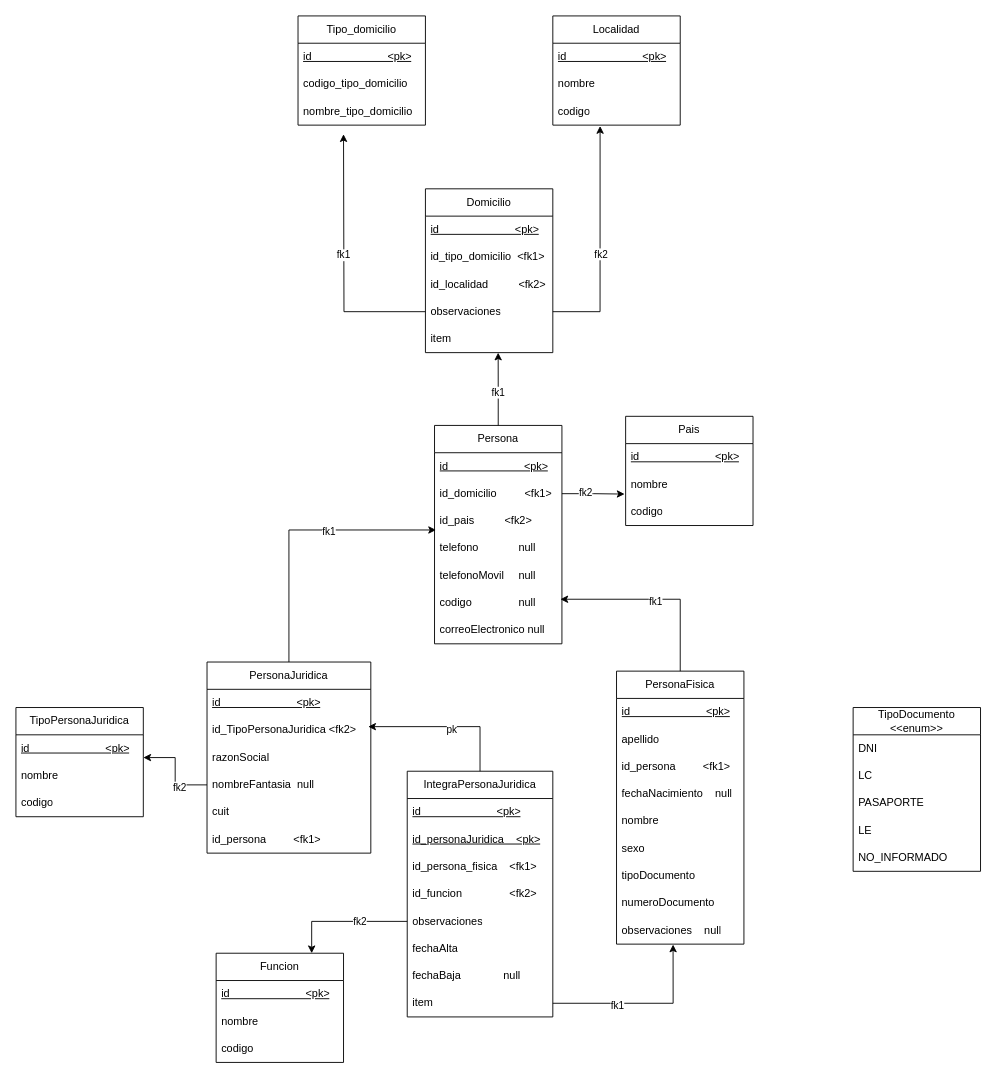
Logan6422/UMLDiagrams keeps this draw.io diagram as UmlFisico/Practicas/Practica4_clases.drawio. Above is the earlier version. Source tidied: cells renumbered, new cells numbered last; positions are measured from the earlier drawing's top-left corner, leaving out a move shared by most shapes. Both pictures are drawn from the tidied source at 91%, with x=0, y=0 at pixel (15, 15).
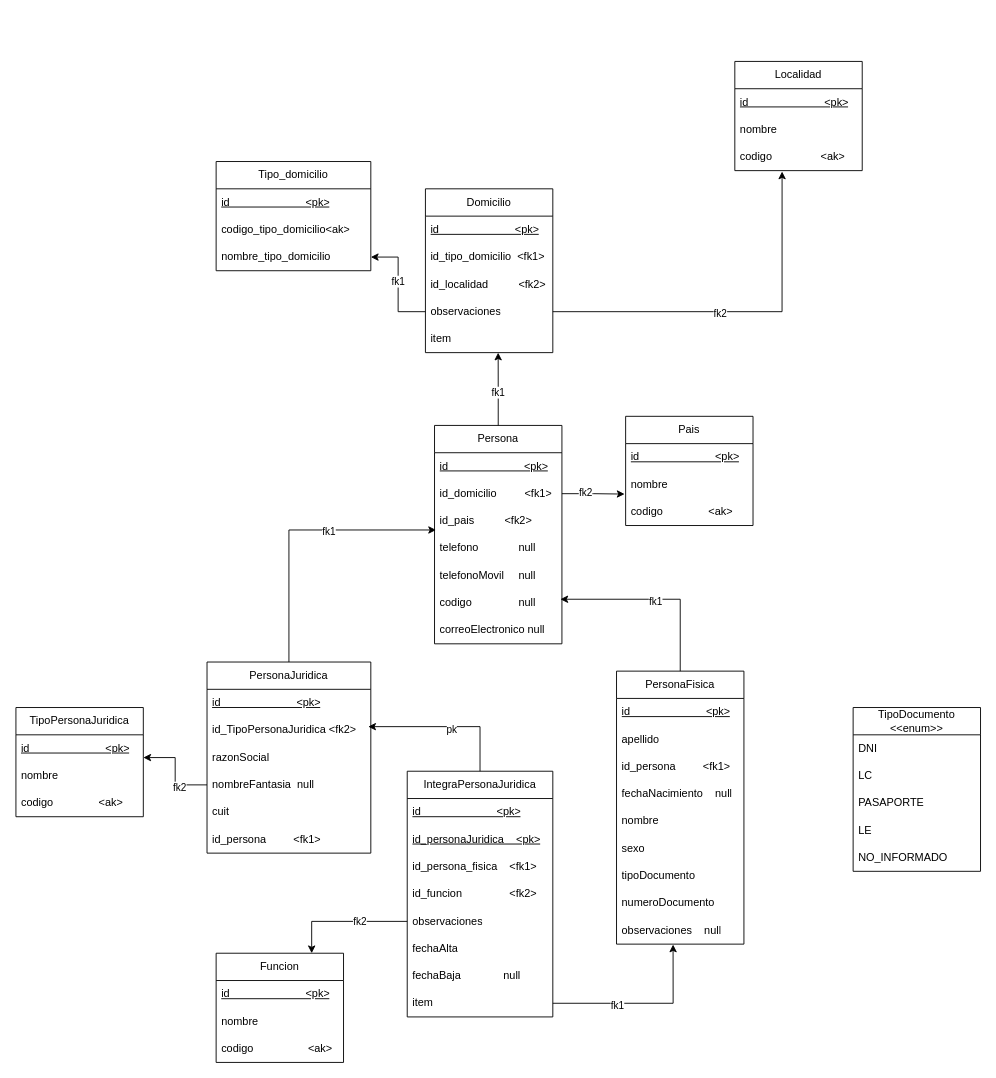
The same page after the edit.

Unchanged cells that the change refers to:
```xml
<mxCell id="10" value="Domicilio" style="swimlane;fontStyle=0;horizontal=1;startSize=30;whiteSpace=wrap;html=1;" parent="1" vertex="1">
  <mxGeometry x="450" y="190" width="140" height="180" as="geometry" />
</mxCell>
<mxCell id="16" value="observaciones" style="text;strokeColor=none;fillColor=none;align=left;verticalAlign=middle;spacingLeft=4;spacingRight=4;overflow=hidden;points=[[0,0.5],[1,0.5]];portConstraint=eastwest;whiteSpace=wrap;html=1;" parent="10" vertex="1">
  <mxGeometry y="120" width="140" height="30" as="geometry" />
</mxCell>
<mxCell id="30" value="Pais" style="swimlane;fontStyle=0;horizontal=1;startSize=30;whiteSpace=wrap;html=1;" parent="1" vertex="1">
  <mxGeometry x="670" y="440" width="140" height="120" as="geometry" />
</mxCell>
<mxCell id="57" value="TipoPersonaJuridica" style="swimlane;fontStyle=0;horizontal=1;startSize=30;whiteSpace=wrap;html=1;" parent="1" vertex="1">
  <mxGeometry y="760" width="140" height="120" as="geometry" />
</mxCell>
<mxCell id="76" value="Funcion" style="swimlane;fontStyle=0;horizontal=1;startSize=30;whiteSpace=wrap;html=1;" parent="1" vertex="1">
  <mxGeometry x="220" y="1030" width="140" height="120" as="geometry" />
</mxCell>
```

The edit, as a diff of the source:
```diff
@@
     <mxCell id="2" value="Tipo_domicilio" style="swimlane;fontStyle=0;horizontal=1;startSize=30;whiteSpace=wrap;html=1;" parent="1" vertex="1">
-      <mxGeometry x="310" width="140" height="120" as="geometry" />
+      <mxGeometry x="220" y="160" width="170" height="120" as="geometry" />
     </mxCell>
     <mxCell id="3" value="&lt;u&gt;id&amp;nbsp;&amp;nbsp;&amp;nbsp;&amp;nbsp;&amp;nbsp;&amp;nbsp;&amp;nbsp;&amp;nbsp;&amp;nbsp;&amp;nbsp;&amp;nbsp;&amp;nbsp;&amp;nbsp;&amp;nbsp;&amp;nbsp;&amp;nbsp;&amp;nbsp;&amp;nbsp;&amp;nbsp;&amp;nbsp;&amp;nbsp;&amp;nbsp;&amp;nbsp;&amp;nbsp; &amp;lt;pk&amp;gt;&lt;/u&gt;" style="text;strokeColor=none;fillColor=none;align=left;verticalAlign=middle;spacingLeft=4;spacingRight=4;overflow=hidden;whiteSpace=wrap;html=1;" parent="2" vertex="1">
-      <mxGeometry y="30" width="140" height="30" as="geometry" />
+      <mxGeometry y="30" width="170" height="30" as="geometry" />
     </mxCell>
-    <mxCell id="4" value="codigo_tipo_domicilio" style="text;strokeColor=none;fillColor=none;align=left;verticalAlign=middle;spacingLeft=4;spacingRight=4;overflow=hidden;whiteSpace=wrap;html=1;" parent="2" vertex="1">
-      <mxGeometry y="60" width="140" height="30" as="geometry" />
+    <mxCell id="4" value="codigo_tipo_domicilio&amp;lt;ak&amp;gt;" style="text;strokeColor=none;fillColor=none;align=left;verticalAlign=middle;spacingLeft=4;spacingRight=4;overflow=hidden;whiteSpace=wrap;html=1;" parent="2" vertex="1">
+      <mxGeometry y="60" width="170" height="30" as="geometry" />
     </mxCell>
     <mxCell id="5" value="nombre_tipo_domicilio" style="text;strokeColor=none;fillColor=none;align=left;verticalAlign=middle;spacingLeft=4;spacingRight=4;overflow=hidden;points=[[0,0.5],[1,0.5]];portConstraint=eastwest;whiteSpace=wrap;html=1;" parent="2" vertex="1">
-      <mxGeometry y="90" width="140" height="30" as="geometry" />
+      <mxGeometry y="90" width="170" height="30" as="geometry" />
     </mxCell>
     <mxCell id="6" value="Localidad" style="swimlane;fontStyle=0;horizontal=1;startSize=30;whiteSpace=wrap;html=1;" parent="1" vertex="1">
-      <mxGeometry x="590" width="140" height="120" as="geometry" />
+      <mxGeometry x="790" y="50" width="140" height="120" as="geometry" />
     </mxCell>
@@
-    <mxCell id="9" value="codigo" style="text;strokeColor=none;fillColor=none;align=left;verticalAlign=middle;spacingLeft=4;spacingRight=4;overflow=hidden;points=[[0,0.5],[1,0.5]];portConstraint=eastwest;whiteSpace=wrap;html=1;" parent="6" vertex="1">
+    <mxCell id="9" value="codigo&amp;nbsp;&amp;nbsp;&amp;nbsp;&amp;nbsp;&amp;nbsp;&amp;nbsp;&amp;nbsp;&amp;nbsp;&amp;nbsp;&amp;nbsp;&amp;nbsp;&amp;nbsp;&amp;nbsp;&amp;nbsp;&amp;nbsp; &amp;lt;ak&amp;gt;" style="text;strokeColor=none;fillColor=none;align=left;verticalAlign=middle;spacingLeft=4;spacingRight=4;overflow=hidden;points=[[0,0.5],[1,0.5]];portConstraint=eastwest;whiteSpace=wrap;html=1;" parent="6" vertex="1">
       <mxGeometry y="90" width="140" height="30" as="geometry" />
     </mxCell>
@@
-    <mxCell id="12" style="edgeStyle=orthogonalEdgeStyle;rounded=0;jettySize=auto;html=1;" parent="10" edge="1" source="16">
-      <mxGeometry relative="1" as="geometry">
-        <mxPoint x="-90" y="-60" as="targetPoint" />
-      </mxGeometry>
-    </mxCell>
-    <mxCell id="13" value="fk1" style="edgeLabel;html=1;align=center;verticalAlign=middle;" parent="12" vertex="1">
-      <mxGeometry x="0.07" y="1" relative="1" as="geometry" />
-    </mxCell>
@@
-    <mxCell id="33" value="codigo" style="text;strokeColor=none;fillColor=none;align=left;verticalAlign=middle;spacingLeft=4;spacingRight=4;overflow=hidden;whiteSpace=wrap;html=1;" parent="30" vertex="1">
+    <mxCell id="33" value="codigo&amp;nbsp;&amp;nbsp;&amp;nbsp;&amp;nbsp;&amp;nbsp;&amp;nbsp;&amp;nbsp;&amp;nbsp;&amp;nbsp;&amp;nbsp;&amp;nbsp;&amp;nbsp;&amp;nbsp;&amp;nbsp; &amp;lt;ak&amp;gt;" style="text;strokeColor=none;fillColor=none;align=left;verticalAlign=middle;spacingLeft=4;spacingRight=4;overflow=hidden;whiteSpace=wrap;html=1;" parent="30" vertex="1">
       <mxGeometry y="90" width="140" height="30" as="geometry" />
     </mxCell>
@@
-    <mxCell id="60" value="codigo" style="text;strokeColor=none;fillColor=none;align=left;verticalAlign=middle;spacingLeft=4;spacingRight=4;overflow=hidden;whiteSpace=wrap;html=1;" parent="57" vertex="1">
+    <mxCell id="60" value="codigo&amp;nbsp;&amp;nbsp;&amp;nbsp;&amp;nbsp;&amp;nbsp;&amp;nbsp;&amp;nbsp;&amp;nbsp;&amp;nbsp;&amp;nbsp;&amp;nbsp;&amp;nbsp;&amp;nbsp;&amp;nbsp; &amp;lt;ak&amp;gt;" style="text;strokeColor=none;fillColor=none;align=left;verticalAlign=middle;spacingLeft=4;spacingRight=4;overflow=hidden;whiteSpace=wrap;html=1;" parent="57" vertex="1">
       <mxGeometry y="90" width="140" height="30" as="geometry" />
     </mxCell>
@@
-    <mxCell id="79" value="codigo" style="text;strokeColor=none;fillColor=none;align=left;verticalAlign=middle;spacingLeft=4;spacingRight=4;overflow=hidden;whiteSpace=wrap;html=1;" parent="76" vertex="1">
+    <mxCell id="79" value="codigo&amp;nbsp;&amp;nbsp;&amp;nbsp;&amp;nbsp;&amp;nbsp;&amp;nbsp;&amp;nbsp;&amp;nbsp;&amp;nbsp;&amp;nbsp;&amp;nbsp;&amp;nbsp;&amp;nbsp;&amp;nbsp;&amp;nbsp;&amp;nbsp;&amp;nbsp; &amp;lt;ak&amp;gt;" style="text;strokeColor=none;fillColor=none;align=left;verticalAlign=middle;spacingLeft=4;spacingRight=4;overflow=hidden;whiteSpace=wrap;html=1;" parent="76" vertex="1">
       <mxGeometry y="90" width="140" height="30" as="geometry" />
     </mxCell>
@@
+    <mxCell id="12" style="edgeStyle=orthogonalEdgeStyle;rounded=0;jettySize=auto;html=1;" parent="1" edge="1" source="16" target="5">
+      <mxGeometry relative="1" as="geometry" />
+    </mxCell>
+    <mxCell id="13" value="fk1" style="edgeLabel;html=1;align=center;verticalAlign=middle;" parent="12" vertex="1">
+      <mxGeometry x="0.07" y="1" relative="1" as="geometry" />
+    </mxCell>
```
